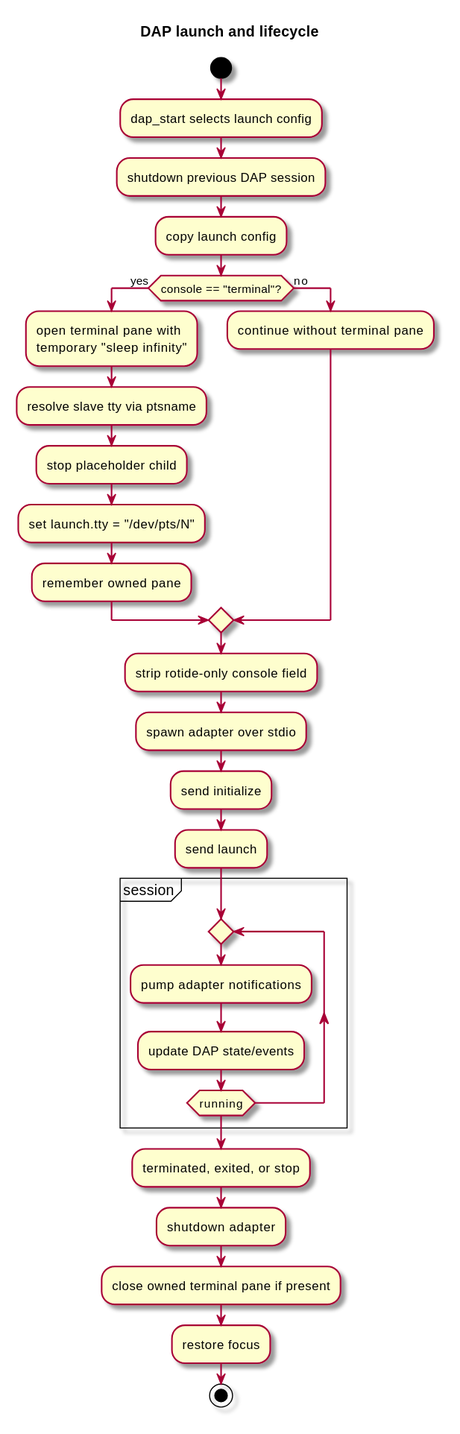
Earlier version of the PlantUML export docs/diagrams/svg/dap-flow.svg (kokkoniemi/rotide). Its source is kept beside it as docs/diagrams/src/dap-flow.puml. The source it was exported from:
```plantuml
@startuml
skin rose
skinparam backgroundColor #FFFFFF
title DAP launch and lifecycle

start
:dap_start selects launch config;
:shutdown previous DAP session;
:copy launch config;
if (console == "terminal"?) then (yes)
	:open terminal pane with
	temporary "sleep infinity";
	:resolve slave tty via ptsname;
	:stop placeholder child;
	:set launch.tty = "/dev/pts/N";
	:remember owned pane;
else (no)
	:continue without terminal pane;
endif
:strip rotide-only console field;
:spawn adapter over stdio;
:send initialize;
:send launch;

partition "session" {
	repeat
		:pump adapter notifications;
		:update DAP state/events;
	repeat while (running)
}

:terminated, exited, or stop;
:shutdown adapter;
:close owned terminal pane if present;
:restore focus;
stop

@enduml
```
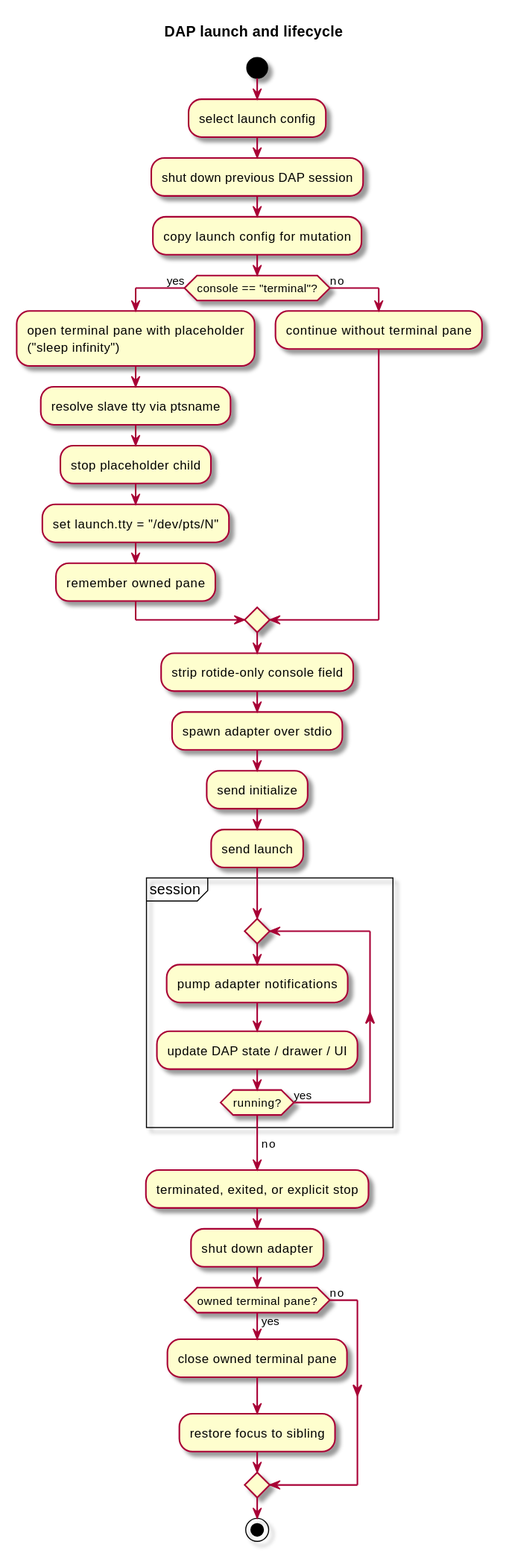
After the change.

Change to the diagram source:
```diff
@@ -4,18 +4,18 @@
 title DAP launch and lifecycle
 
 start
-:dap_start selects launch config;
-:shutdown previous DAP session;
-:copy launch config;
+:select launch config;
+:shut down previous DAP session;
+:copy launch config for mutation;
 if (console == "terminal"?) then (yes)
-	:open terminal pane with
-	temporary "sleep infinity";
-	:resolve slave tty via ptsname;
-	:stop placeholder child;
-	:set launch.tty = "/dev/pts/N";
-	:remember owned pane;
+  :open terminal pane with placeholder
+  ("sleep infinity");
+  :resolve slave tty via ptsname;
+  :stop placeholder child;
+  :set launch.tty = "/dev/pts/N";
+  :remember owned pane;
 else (no)
-	:continue without terminal pane;
+  :continue without terminal pane;
 endif
 :strip rotide-only console field;
 :spawn adapter over stdio;
@@ -23,16 +23,20 @@
 :send launch;
 
 partition "session" {
-	repeat
-		:pump adapter notifications;
-		:update DAP state/events;
-	repeat while (running)
+  repeat
+    :pump adapter notifications;
+    :update DAP state / drawer / UI;
+  repeat while (running?) is (yes)
+  ->no;
 }
 
-:terminated, exited, or stop;
-:shutdown adapter;
-:close owned terminal pane if present;
-:restore focus;
+:terminated, exited, or explicit stop;
+:shut down adapter;
+if (owned terminal pane?) then (yes)
+  :close owned terminal pane;
+  :restore focus to sibling;
+else (no)
+endif
 stop
 
 @enduml
```
